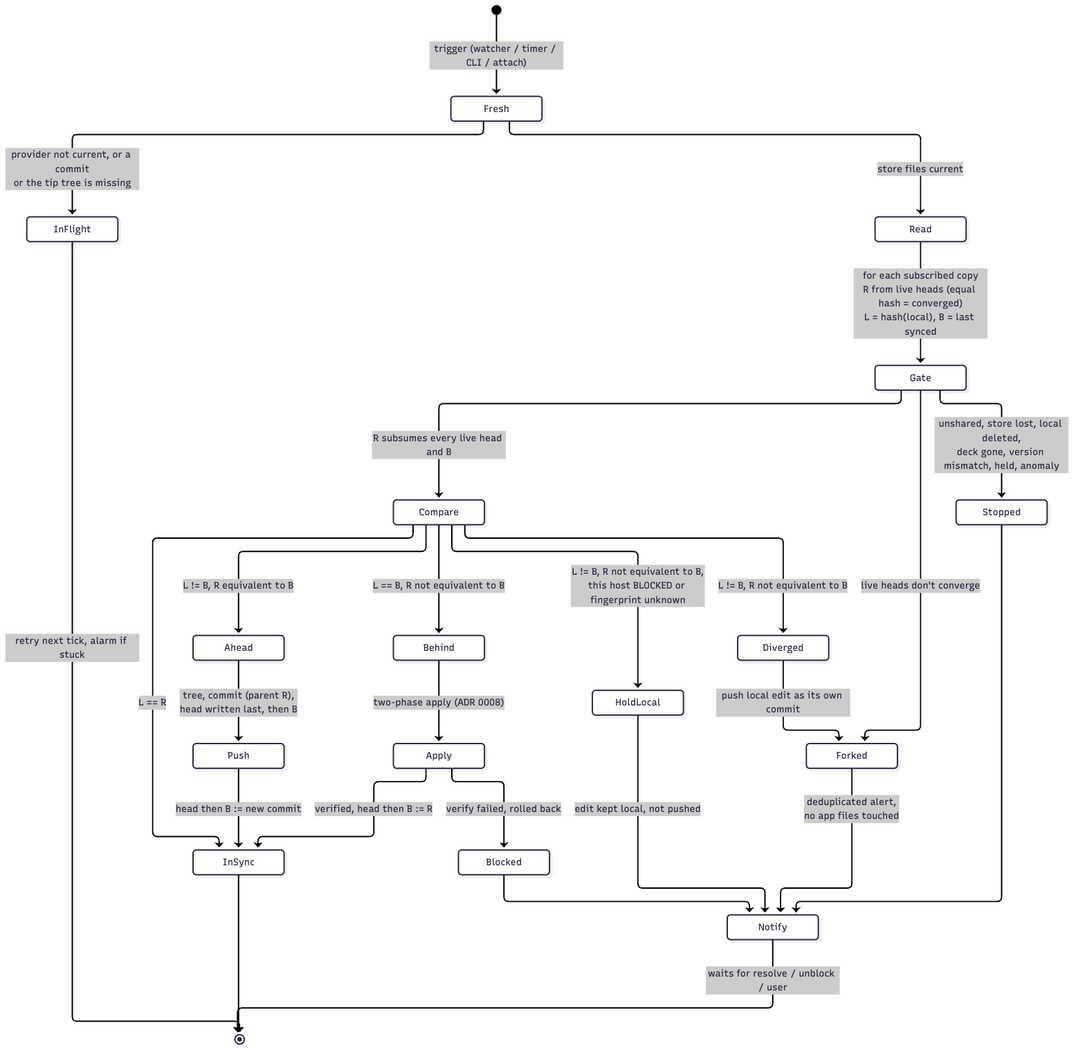
The Mermaid diagram docs/sync-states.png in csmarshall/mac-streamdeck-sync, before a commit. Its source is kept beside it as docs/sync-states.mmd.
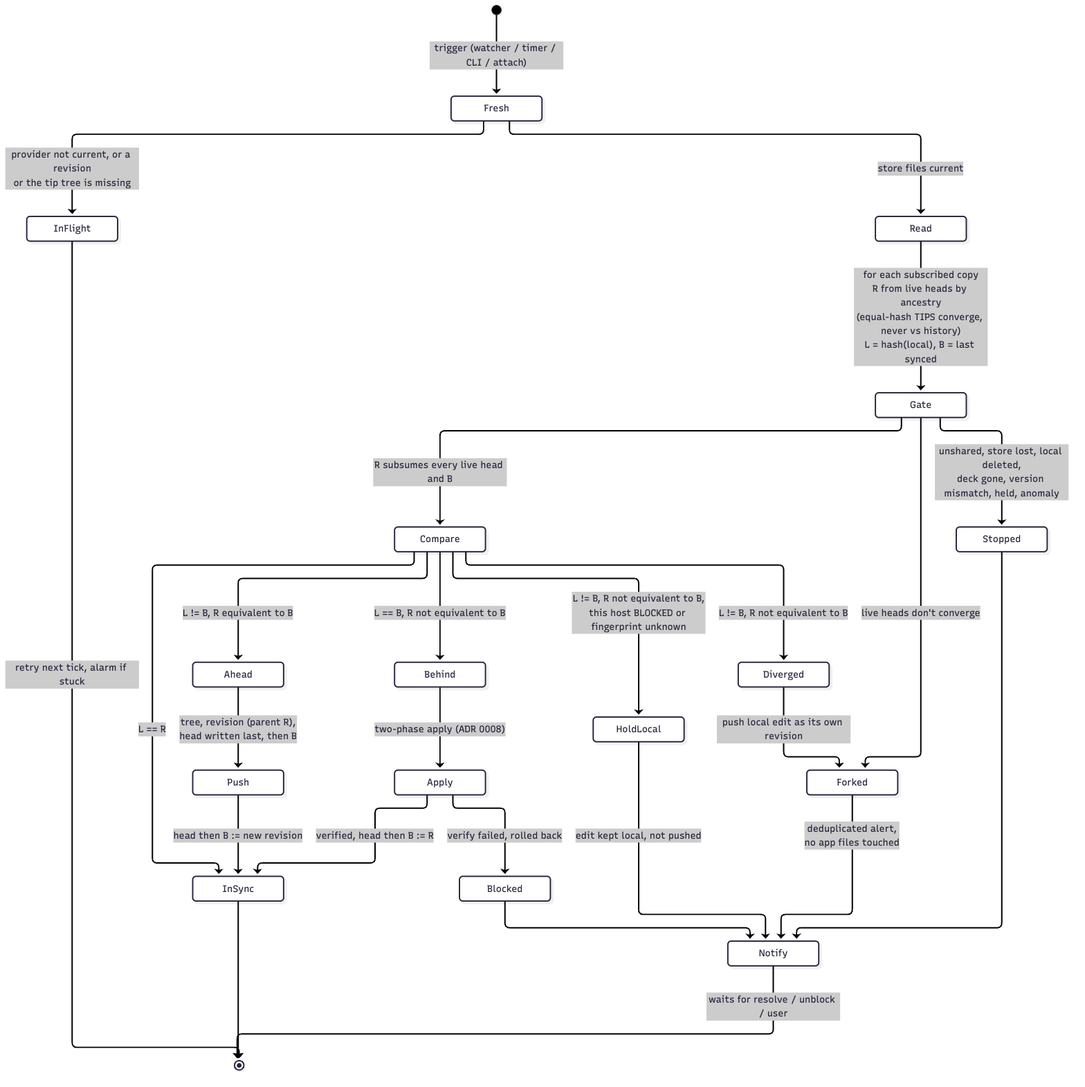
The same diagram one commit later.

Change to the diagram source:
```diff
@@ -1,9 +1,9 @@
 stateDiagram-v2
     direction TB
     [*] --> Fresh: trigger (watcher / timer / CLI / attach)
-    Fresh --> InFlight: provider not current, or a commit<br/>or the tip tree is missing
+    Fresh --> InFlight: provider not current, or a revision<br/>or the tip tree is missing
     Fresh --> Read: store files current
-    Read --> Gate: for each subscribed copy<br/>R from live heads (equal hash = converged)<br/>L = hash(local), B = last synced
+    Read --> Gate: for each subscribed copy<br/>R from live heads by ancestry<br/>(equal-hash TIPS converge, never vs history)<br/>L = hash(local), B = last synced
     Gate --> Stopped: unshared, store lost, local deleted,<br/>deck gone, version mismatch, held, anomaly
     Gate --> Forked: live heads don't converge
     Gate --> Compare: R subsumes every live head and B
@@ -12,12 +12,12 @@
     Compare --> Ahead: L != B, R equivalent to B
     Compare --> HoldLocal: L != B, R not equivalent to B,<br/>this host BLOCKED or fingerprint unknown
     Compare --> Diverged: L != B, R not equivalent to B
-    Diverged --> Forked: push local edit as its own commit
+    Diverged --> Forked: push local edit as its own revision
     Behind --> Apply: two-phase apply (ADR 0008)
-    Ahead --> Push: tree, commit (parent R),<br/>head written last, then B
+    Ahead --> Push: tree, revision (parent R),<br/>head written last, then B
     Apply --> Blocked: verify failed, rolled back
     Apply --> InSync: verified, head then B := R
-    Push --> InSync: head then B := new commit
+    Push --> InSync: head then B := new revision
     Forked --> Notify: deduplicated alert,<br/>no app files touched
     HoldLocal --> Notify: edit kept local, not pushed
     Blocked --> Notify
```
